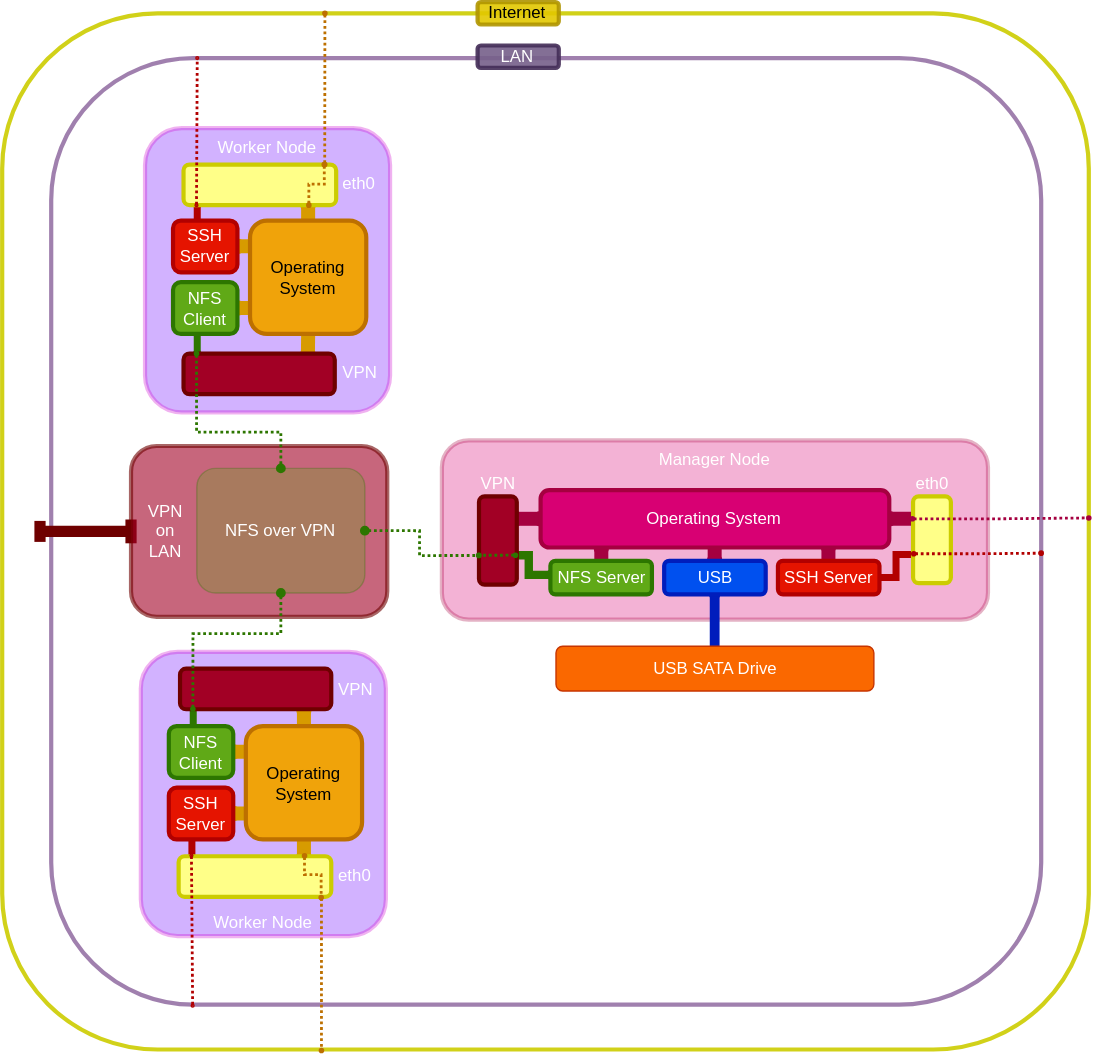
Earlier version of the draw.io export server_project_md/setting_up_system_architecture/resources/diagram_NFS_over_VPN.svg (f442y/server_project_writeup). Source tidied: cells renumbered, new cells last; positions are measured from the earlier drawing's top-left corner, leaving out a move shared by most shapes.
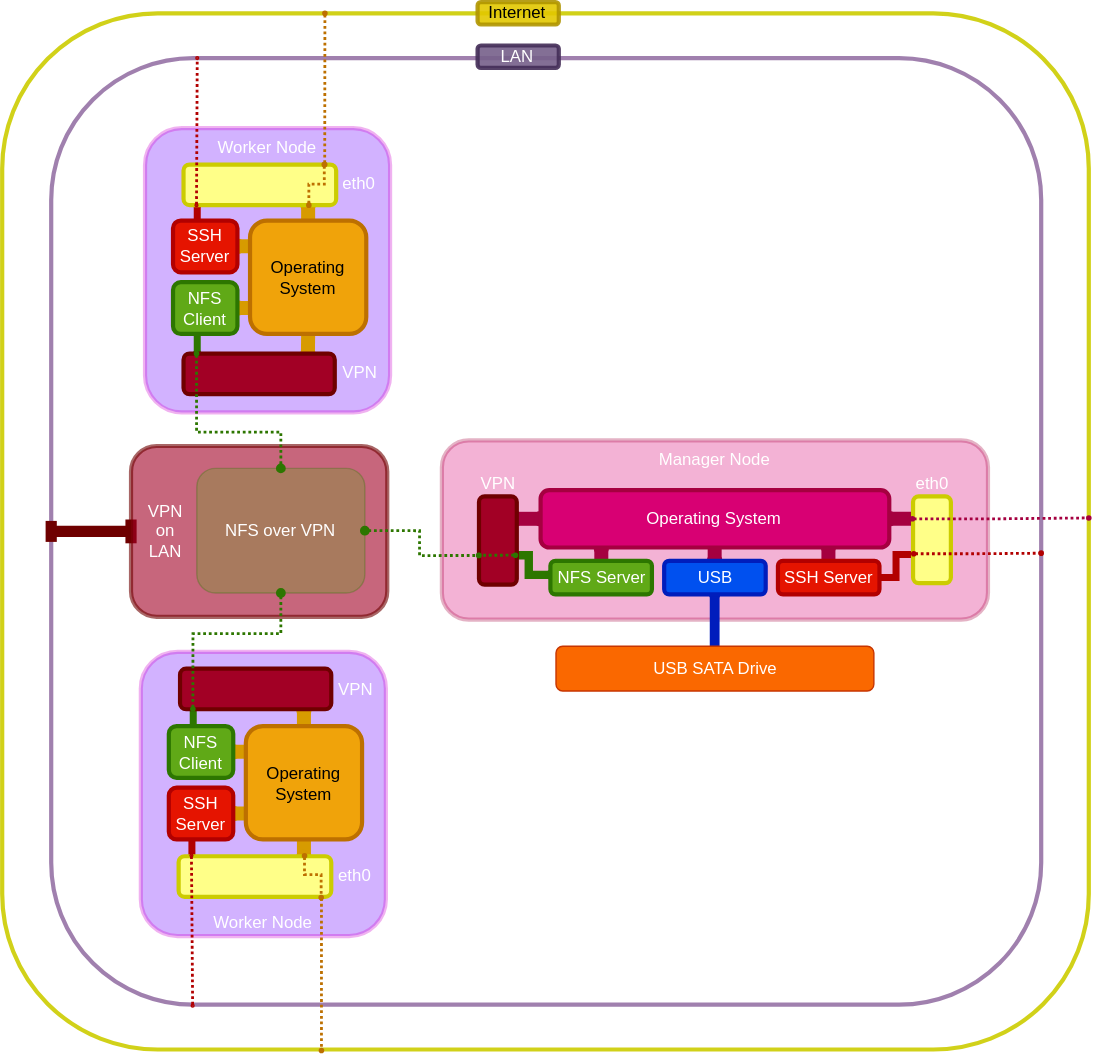
The same diagram one commit later.

What changed in the source:
```diff
@@ -8,9 +8,9 @@
     <mxCell id="3" style="rounded=1;whiteSpace=wrap;html=1;strokeColor=#9673a6;fillColor=none;opacity=90;strokeWidth=3;labelPosition=center;verticalLabelPosition=middle;align=center;verticalAlign=top;" parent="1" vertex="1">
       <mxGeometry x="35" y="40" width="707" height="676" as="geometry" />
     </mxCell>
-    <mxCell id="4" style="edgeStyle=elbowEdgeStyle;rounded=0;jettySize=auto;html=1;exitX=0;exitY=0.5;exitDx=0;exitDy=0;entryX=0;entryY=0.5;entryDx=0;entryDy=0;fontColor=#FFFFFF;endArrow=baseDash;endFill=0;startSize=6;endSize=8;strokeWidth=8;fillColor=#a20025;strokeColor=#6F0000;startArrow=baseDash;startFill=0;" parent="1" edge="1" target="36">
+    <mxCell id="4" style="edgeStyle=elbowEdgeStyle;rounded=0;jettySize=auto;html=1;entryX=0;entryY=0.5;entryDx=0;entryDy=0;fontColor=#FFFFFF;endArrow=baseDash;endFill=0;startSize=6;endSize=8;strokeWidth=8;fillColor=#a20025;strokeColor=#6F0000;startArrow=baseDash;startFill=0;" parent="1" edge="1" target="36">
       <mxGeometry relative="1" as="geometry">
-        <mxPoint x="27" y="378" as="sourcePoint" />
+        <mxPoint x="35" y="378" as="sourcePoint" />
       </mxGeometry>
     </mxCell>
     <mxCell id="5" value="Manager Node" style="rounded=1;whiteSpace=wrap;html=1;strokeWidth=3;fillColor=#d80073;verticalAlign=top;labelPosition=center;verticalLabelPosition=middle;align=center;strokeColor=#A50040;opacity=30;fontColor=#ffffff;" parent="1" vertex="1">
```
